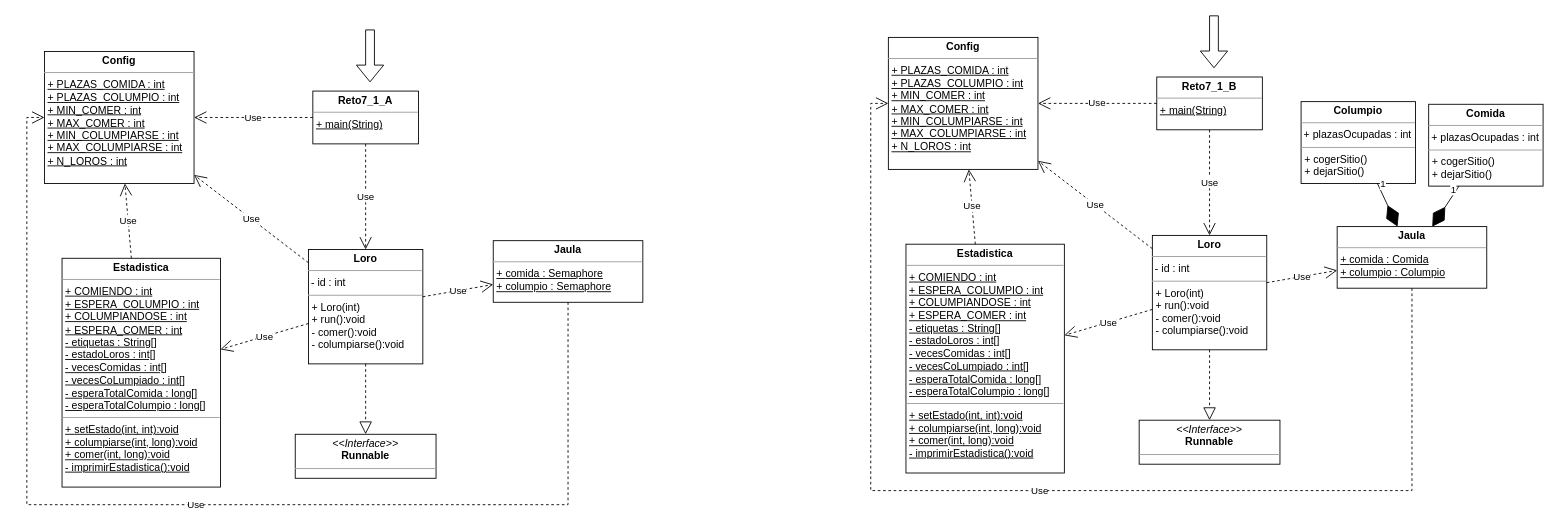
josebailoneduca/PSPRO_Reto7 keeps this draw.io diagram as documentos/1.drawio. Above is the earlier version. Source tidied: cells renumbered, new cells numbered last; positions are measured from the earlier drawing's top-left corner, leaving out a move shared by most shapes. Both pictures are drawn from the tidied source at 88%, with x=0, y=0 at pixel (26, 15).
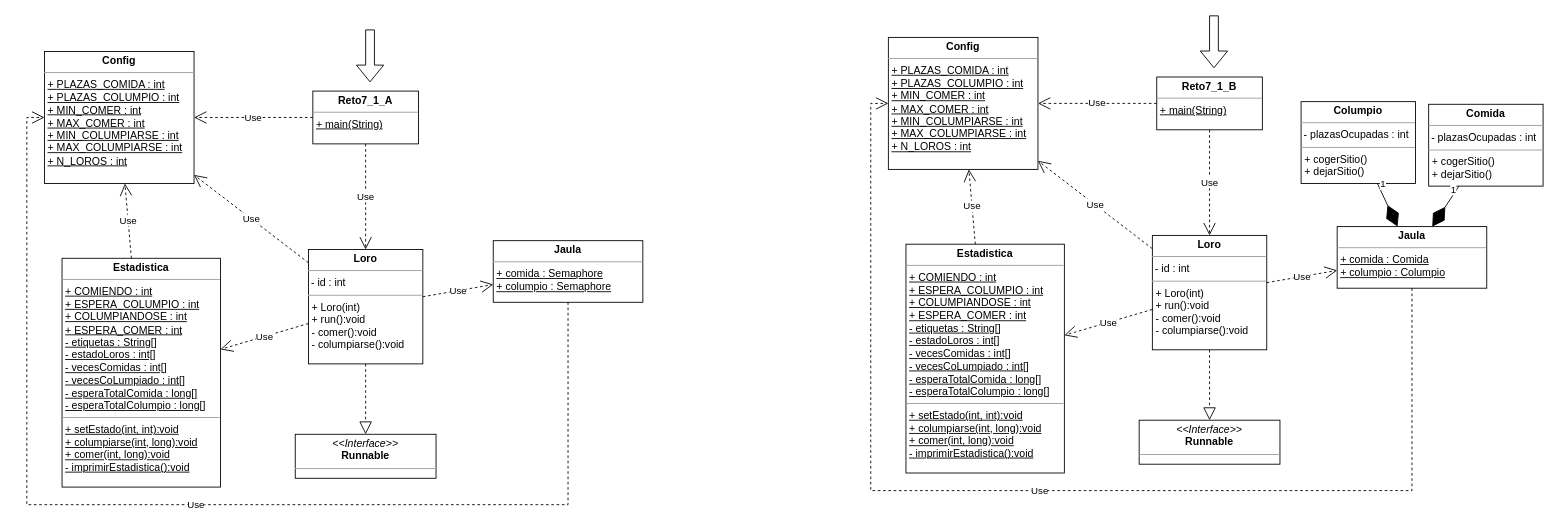
After the change.

Diff of the diagram source:
```diff
@@
-    <mxCell id="32" value="&lt;p style=&quot;margin:0px;margin-top:4px;text-align:center;&quot;&gt;&lt;b&gt;Columpio&lt;/b&gt;&lt;/p&gt;&lt;hr size=&quot;1&quot;&gt;&lt;p style=&quot;margin:0px;margin-left:4px;&quot;&gt;&lt;/p&gt;&amp;nbsp;+ plazasOcupadas : int&lt;br&gt;&lt;hr size=&quot;1&quot;&gt;&lt;p style=&quot;margin:0px;margin-left:4px;&quot;&gt;+&amp;nbsp;&lt;span style=&quot;background-color: initial;&quot;&gt;cogerSitio()&lt;/span&gt;&lt;br&gt;&lt;/p&gt;&lt;p style=&quot;margin:0px;margin-left:4px;&quot;&gt;+ dejarSitio()&lt;/p&gt;" style="verticalAlign=top;align=left;overflow=fill;fontSize=12;fontFamily=Helvetica;html=1;" parent="1" vertex="1">
+    <mxCell id="32" value="&lt;p style=&quot;margin:0px;margin-top:4px;text-align:center;&quot;&gt;&lt;b&gt;Columpio&lt;/b&gt;&lt;/p&gt;&lt;hr size=&quot;1&quot;&gt;&lt;p style=&quot;margin:0px;margin-left:4px;&quot;&gt;&lt;/p&gt;&amp;nbsp;- plazasOcupadas : int&lt;br&gt;&lt;hr size=&quot;1&quot;&gt;&lt;p style=&quot;margin:0px;margin-left:4px;&quot;&gt;+&amp;nbsp;&lt;span style=&quot;background-color: initial;&quot;&gt;cogerSitio()&lt;/span&gt;&lt;br&gt;&lt;/p&gt;&lt;p style=&quot;margin:0px;margin-left:4px;&quot;&gt;+ dejarSitio()&lt;/p&gt;" style="verticalAlign=top;align=left;overflow=fill;fontSize=12;fontFamily=Helvetica;html=1;" parent="1" vertex="1">
       <mxGeometry x="1448" y="98" width="130" height="93" as="geometry" />
     </mxCell>
@@
-    <mxCell id="35" value="&lt;p style=&quot;margin:0px;margin-top:4px;text-align:center;&quot;&gt;&lt;b&gt;Comida&lt;/b&gt;&lt;/p&gt;&lt;hr size=&quot;1&quot;&gt;&lt;p style=&quot;margin:0px;margin-left:4px;&quot;&gt;&lt;/p&gt;&amp;nbsp;+ plazasOcupadas : int&lt;br&gt;&lt;hr size=&quot;1&quot;&gt;&lt;p style=&quot;margin:0px;margin-left:4px;&quot;&gt;+&amp;nbsp;&lt;span style=&quot;background-color: initial;&quot;&gt;cogerSitio()&lt;/span&gt;&lt;br&gt;&lt;/p&gt;&lt;p style=&quot;margin:0px;margin-left:4px;&quot;&gt;+ dejarSitio()&lt;/p&gt;" style="verticalAlign=top;align=left;overflow=fill;fontSize=12;fontFamily=Helvetica;html=1;" parent="1" vertex="1">
+    <mxCell id="35" value="&lt;p style=&quot;margin:0px;margin-top:4px;text-align:center;&quot;&gt;&lt;b&gt;Comida&lt;/b&gt;&lt;/p&gt;&lt;hr size=&quot;1&quot;&gt;&lt;p style=&quot;margin:0px;margin-left:4px;&quot;&gt;&lt;/p&gt;&amp;nbsp;- plazasOcupadas : int&lt;br&gt;&lt;hr size=&quot;1&quot;&gt;&lt;p style=&quot;margin:0px;margin-left:4px;&quot;&gt;+&amp;nbsp;&lt;span style=&quot;background-color: initial;&quot;&gt;cogerSitio()&lt;/span&gt;&lt;br&gt;&lt;/p&gt;&lt;p style=&quot;margin:0px;margin-left:4px;&quot;&gt;+ dejarSitio()&lt;/p&gt;" style="verticalAlign=top;align=left;overflow=fill;fontSize=12;fontFamily=Helvetica;html=1;" parent="1" vertex="1">
       <mxGeometry x="1593" y="101" width="130" height="93" as="geometry" />
     </mxCell>
```
